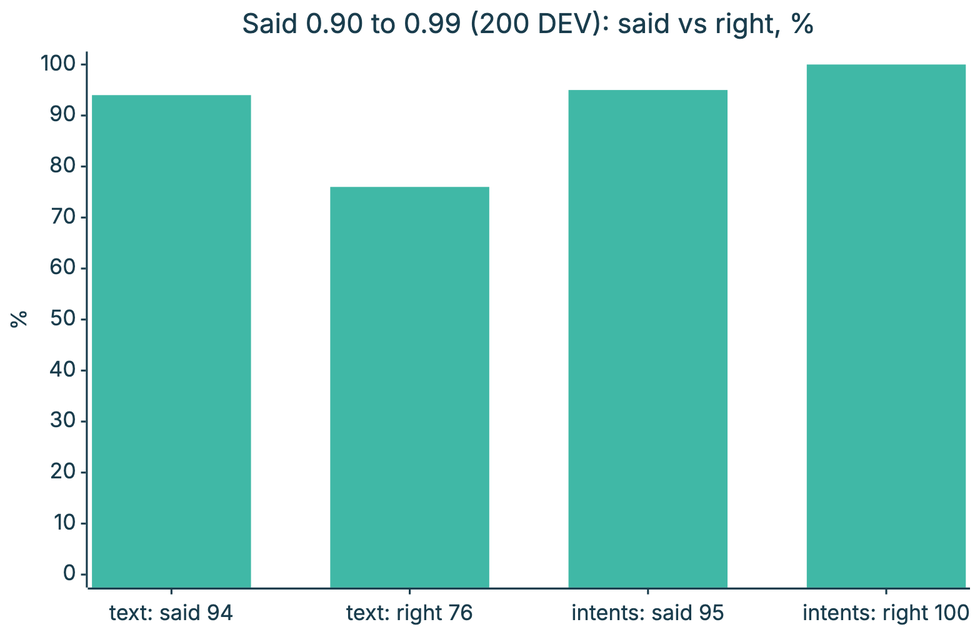
axel-sirota/getting_started_jev keeps this Mermaid diagram as course/diagrams/module_03/p1-demo-results.png. Above is the earlier version. Its source is kept beside it as course/diagrams/module_03/p1-demo-results.mmd. Source of this version:
```mermaid
%%{init: {"theme": "base", "themeVariables": {"fontFamily": "Inter, sans-serif", "primaryColor": "#ECF8F6", "primaryBorderColor": "#40B8A6", "primaryTextColor": "#111827", "lineColor": "#1A3D4D", "secondaryColor": "#F9FAFB", "tertiaryColor": "#FFFFFF", "clusterBkg": "#F9FAFB", "clusterBorder": "#D1D5DB", "actorBkg": "#ECF8F6", "actorBorder": "#40B8A6", "noteBkgColor": "#FFF6DA", "noteBorderColor": "#E0B84C"}}}%%
xychart-beta
  title "Said 0.90 to 0.99 (200 DEV): said vs right, %"
  x-axis ["text: said 94", "text: right 76", "intents: said 95", "intents: right 100"]
  y-axis "%" 0 --> 100
  bar [94, 76, 95, 100]
```
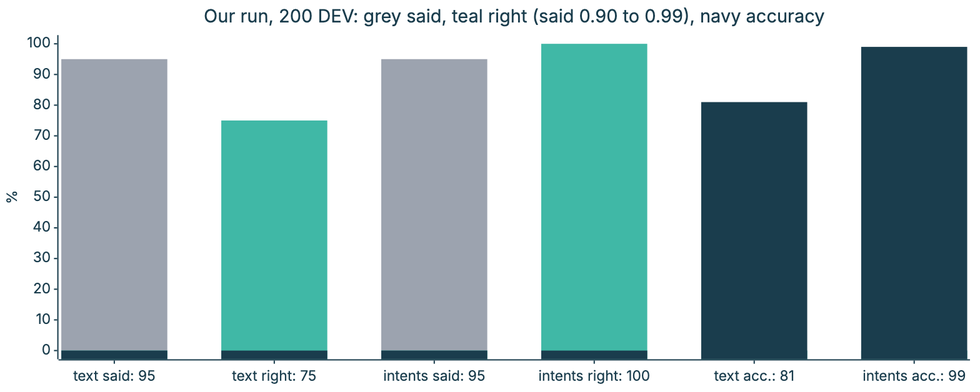
The same diagram one commit later.

Change to the diagram source:
```diff
@@ -1,6 +1,9 @@
 %%{init: {"theme": "base", "themeVariables": {"fontFamily": "Inter, sans-serif", "primaryColor": "#ECF8F6", "primaryBorderColor": "#40B8A6", "primaryTextColor": "#111827", "lineColor": "#1A3D4D", "secondaryColor": "#F9FAFB", "tertiaryColor": "#FFFFFF", "clusterBkg": "#F9FAFB", "clusterBorder": "#D1D5DB", "actorBkg": "#ECF8F6", "actorBorder": "#40B8A6", "noteBkgColor": "#FFF6DA", "noteBorderColor": "#E0B84C"}}}%%
+%%{init: {"themeVariables": {"xyChart": {"plotColorPalette": "#9CA3AF, #40B8A6, #1A3D4D"}}, "xyChart": {"width": 1500, "height": 600}}}%%
 xychart-beta
-  title "Said 0.90 to 0.99 (200 DEV): said vs right, %"
-  x-axis ["text: said 94", "text: right 76", "intents: said 95", "intents: right 100"]
+  title "Our run, 200 DEV: grey said, teal right (said 0.90 to 0.99), navy accuracy"
+  x-axis ["text said: 95", "text right: 75", "intents said: 95", "intents right: 100", "text acc.: 81", "intents acc.: 99"]
   y-axis "%" 0 --> 100
-  bar [94, 76, 95, 100]
+  bar [95, 0, 95, 0, 0, 0]
+  bar [0, 75, 0, 100, 0, 0]
+  bar [0, 0, 0, 0, 81, 99]
```
